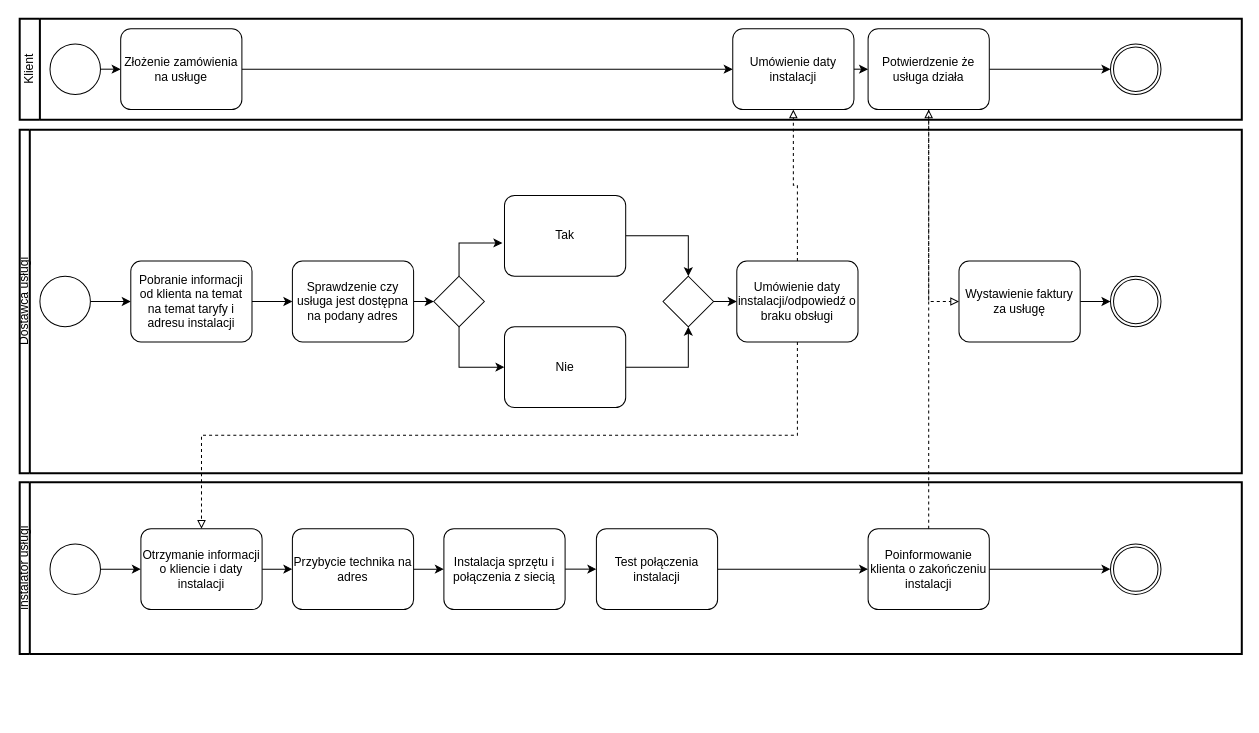
Earlier version of the draw.io diagram Poglądowy proces zamówienia usługi- instalacji internetu. Oraz sama jego instalacja/Instalacja usługi internetu.drawio (kagap/bpmn). Source tidied: cells renumbered, new cells numbered last; positions are measured from the earlier drawing's top-left corner, leaving out a move shared by most shapes. Both pictures are drawn from the tidied source at 101%, with x=0, y=0 at pixel (19, 18).
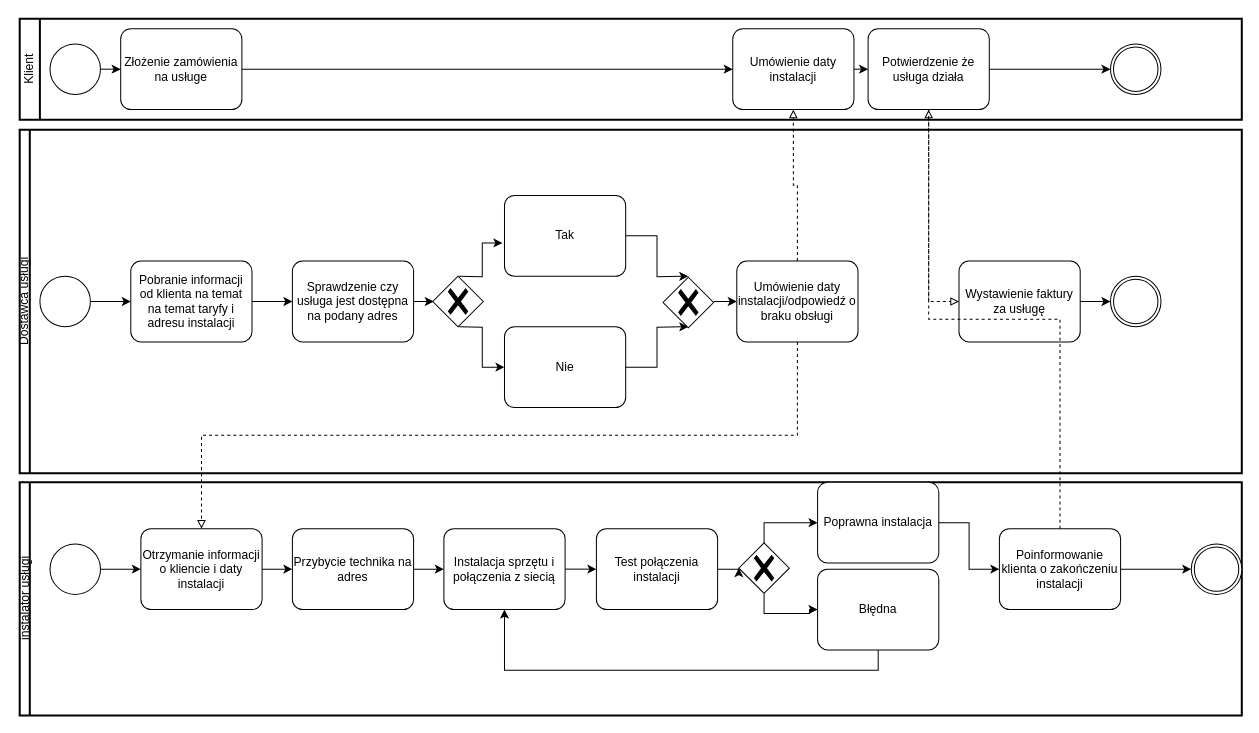
The same page after the edit.

The change refers to these unchanged cells:
```xml
<mxCell id="12" value="Dostawca usługi" style="swimlane;html=1;startSize=10;fontStyle=0;horizontal=0;swimlaneLine=1;swimlaneFillColor=#ffffff;strokeWidth=2;whiteSpace=wrap;" parent="1" vertex="1">
  <mxGeometry y="110" width="1210" height="340" as="geometry" />
</mxCell>
<mxCell id="18" value="Sprawdzenie czy usługa jest dostępna na podany adres" style="points=[[0.25,0,0],[0.5,0,0],[0.75,0,0],[1,0.25,0],[1,0.5,0],[1,0.75,0],[0.75,1,0],[0.5,1,0],[0.25,1,0],[0,0.75,0],[0,0.5,0],[0,0.25,0]];shape=mxgraph.bpmn.task;whiteSpace=wrap;rectStyle=rounded;size=10;html=1;taskMarker=abstract;" parent="12" vertex="1">
  <mxGeometry x="270" y="130" width="120" height="80" as="geometry" />
</mxCell>
<mxCell id="20" value="Tak" style="points=[[0.25,0,0],[0.5,0,0],[0.75,0,0],[1,0.25,0],[1,0.5,0],[1,0.75,0],[0.75,1,0],[0.5,1,0],[0.25,1,0],[0,0.75,0],[0,0.5,0],[0,0.25,0]];shape=mxgraph.bpmn.task;whiteSpace=wrap;rectStyle=rounded;size=10;html=1;taskMarker=abstract;" parent="12" vertex="1">
  <mxGeometry x="480" y="65" width="120" height="80" as="geometry" />
</mxCell>
<mxCell id="21" value="Umówienie daty instalacji/odpowiedź o braku obsługi" style="points=[[0.25,0,0],[0.5,0,0],[0.75,0,0],[1,0.25,0],[1,0.5,0],[1,0.75,0],[0.75,1,0],[0.5,1,0],[0.25,1,0],[0,0.75,0],[0,0.5,0],[0,0.25,0]];shape=mxgraph.bpmn.task;whiteSpace=wrap;rectStyle=rounded;size=10;html=1;taskMarker=abstract;" parent="12" vertex="1">
  <mxGeometry x="710" y="130" width="120" height="80" as="geometry" />
</mxCell>
<mxCell id="25" value="Nie" style="points=[[0.25,0,0],[0.5,0,0],[0.75,0,0],[1,0.25,0],[1,0.5,0],[1,0.75,0],[0.75,1,0],[0.5,1,0],[0.25,1,0],[0,0.75,0],[0,0.5,0],[0,0.25,0]];shape=mxgraph.bpmn.task;whiteSpace=wrap;rectStyle=rounded;size=10;html=1;taskMarker=abstract;" parent="12" vertex="1">
  <mxGeometry x="480" y="195" width="120" height="80" as="geometry" />
</mxCell>
<mxCell id="40" value="Instalacja sprzętu i połączenia z siecią" style="points=[[0.25,0,0],[0.5,0,0],[0.75,0,0],[1,0.25,0],[1,0.5,0],[1,0.75,0],[0.75,1,0],[0.5,1,0],[0.25,1,0],[0,0.75,0],[0,0.5,0],[0,0.25,0]];shape=mxgraph.bpmn.task;whiteSpace=wrap;rectStyle=rounded;size=10;html=1;taskMarker=abstract;" parent="32" vertex="1">
  <mxGeometry x="420" y="46" width="120" height="80" as="geometry" />
</mxCell>
<mxCell id="42" value="Test połączenia instalacji" style="points=[[0.25,0,0],[0.5,0,0],[0.75,0,0],[1,0.25,0],[1,0.5,0],[1,0.75,0],[0.75,1,0],[0.5,1,0],[0.25,1,0],[0,0.75,0],[0,0.5,0],[0,0.25,0]];shape=mxgraph.bpmn.task;whiteSpace=wrap;rectStyle=rounded;size=10;html=1;taskMarker=abstract;" parent="32" vertex="1">
  <mxGeometry x="571" y="46" width="120" height="80" as="geometry" />
</mxCell>
```

What changed in the source:
```diff
@@
-    <mxCell id="17" style="edgeStyle=orthogonalEdgeStyle;rounded=0;jettySize=auto;html=1;exitX=1;exitY=0.5;exitDx=0;exitDy=0;exitPerimeter=0;entryX=0;entryY=0.5;entryDx=0;entryDy=0;entryPerimeter=0;" parent="12" edge="1" source="18" target="28">
-      <mxGeometry relative="1" as="geometry" />
+    <mxCell id="17" style="edgeStyle=orthogonalEdgeStyle;rounded=0;jettySize=auto;html=1;exitX=1;exitY=0.5;exitDx=0;exitDy=0;exitPerimeter=0;entryX=0;entryY=0.5;entryDx=0;entryDy=0;entryPerimeter=0;" parent="12" edge="1" source="18">
+      <mxGeometry relative="1" as="geometry">
+        <mxPoint x="410" y="170" as="targetPoint" />
+      </mxGeometry>
     </mxCell>
@@
-    <mxCell id="19" style="edgeStyle=orthogonalEdgeStyle;rounded=0;jettySize=auto;html=1;exitX=1;exitY=0.5;exitDx=0;exitDy=0;exitPerimeter=0;entryX=0.5;entryY=0;entryDx=0;entryDy=0;entryPerimeter=0;" parent="12" edge="1" source="20" target="30">
-      <mxGeometry relative="1" as="geometry" />
+    <mxCell id="19" style="edgeStyle=orthogonalEdgeStyle;rounded=0;jettySize=auto;html=1;exitX=1;exitY=0.5;exitDx=0;exitDy=0;exitPerimeter=0;entryX=0.5;entryY=0;entryDx=0;entryDy=0;entryPerimeter=0;" parent="12" edge="1" source="20">
+      <mxGeometry relative="1" as="geometry">
+        <mxPoint x="662" y="145" as="targetPoint" />
+      </mxGeometry>
     </mxCell>
@@
-    <mxCell id="24" style="edgeStyle=orthogonalEdgeStyle;rounded=0;jettySize=auto;html=1;exitX=1;exitY=0.5;exitDx=0;exitDy=0;exitPerimeter=0;entryX=0.5;entryY=1;entryDx=0;entryDy=0;entryPerimeter=0;" parent="12" edge="1" source="25" target="30">
-      <mxGeometry relative="1" as="geometry" />
+    <mxCell id="24" style="edgeStyle=orthogonalEdgeStyle;rounded=0;jettySize=auto;html=1;exitX=1;exitY=0.5;exitDx=0;exitDy=0;exitPerimeter=0;entryX=0.5;entryY=1;entryDx=0;entryDy=0;entryPerimeter=0;" parent="12" edge="1" source="25">
+      <mxGeometry relative="1" as="geometry">
+        <mxPoint x="662" y="195" as="targetPoint" />
+      </mxGeometry>
     </mxCell>
@@
-    <mxCell id="26" style="edgeStyle=orthogonalEdgeStyle;rounded=0;jettySize=auto;html=1;exitX=0.5;exitY=0;exitDx=0;exitDy=0;exitPerimeter=0;entryX=-0.017;entryY=0.588;entryDx=0;entryDy=0;entryPerimeter=0;" parent="12" edge="1" source="28" target="20">
-      <mxGeometry relative="1" as="geometry" />
+    <mxCell id="26" style="edgeStyle=orthogonalEdgeStyle;rounded=0;jettySize=auto;html=1;exitX=0.5;exitY=0;exitDx=0;exitDy=0;exitPerimeter=0;entryX=-0.017;entryY=0.588;entryDx=0;entryDy=0;entryPerimeter=0;" parent="12" edge="1" target="20">
+      <mxGeometry relative="1" as="geometry">
+        <mxPoint x="435" y="145" as="sourcePoint" />
+      </mxGeometry>
     </mxCell>
-    <mxCell id="27" style="edgeStyle=orthogonalEdgeStyle;rounded=0;jettySize=auto;html=1;exitX=0.5;exitY=1;exitDx=0;exitDy=0;exitPerimeter=0;entryX=0;entryY=0.5;entryDx=0;entryDy=0;entryPerimeter=0;" parent="12" edge="1" source="28" target="25">
-      <mxGeometry relative="1" as="geometry" />
+    <mxCell id="27" style="edgeStyle=orthogonalEdgeStyle;rounded=0;jettySize=auto;html=1;exitX=0.5;exitY=1;exitDx=0;exitDy=0;exitPerimeter=0;entryX=0;entryY=0.5;entryDx=0;entryDy=0;entryPerimeter=0;" parent="12" edge="1" target="25">
+      <mxGeometry relative="1" as="geometry">
+        <mxPoint x="435" y="195" as="sourcePoint" />
+      </mxGeometry>
     </mxCell>
-    <mxCell id="28" style="points=[[0.25,0.25,0],[0.5,0,0],[0.75,0.25,0],[1,0.5,0],[0.75,0.75,0],[0.5,1,0],[0.25,0.75,0],[0,0.5,0]];shape=mxgraph.bpmn.gateway2;html=1;verticalLabelPosition=bottom;labelBackgroundColor=#ffffff;verticalAlign=top;align=center;perimeter=rhombusPerimeter;outlineConnect=0;outline=none;symbol=none;" parent="12" vertex="1">
-      <mxGeometry x="410" y="145" width="50" height="50" as="geometry" />
-    </mxCell>
-    <mxCell id="29" style="edgeStyle=orthogonalEdgeStyle;rounded=0;jettySize=auto;html=1;exitX=1;exitY=0.5;exitDx=0;exitDy=0;exitPerimeter=0;entryX=0;entryY=0.5;entryDx=0;entryDy=0;entryPerimeter=0;" parent="12" edge="1" source="30" target="21">
-      <mxGeometry relative="1" as="geometry" />
+    <mxCell id="29" style="edgeStyle=orthogonalEdgeStyle;rounded=0;jettySize=auto;html=1;exitX=1;exitY=0.5;exitDx=0;exitDy=0;exitPerimeter=0;entryX=0;entryY=0.5;entryDx=0;entryDy=0;entryPerimeter=0;" parent="12" edge="1" target="21">
+      <mxGeometry relative="1" as="geometry">
+        <mxPoint x="687" y="170" as="sourcePoint" />
+      </mxGeometry>
     </mxCell>
-    <mxCell id="30" style="points=[[0.25,0.25,0],[0.5,0,0],[0.75,0.25,0],[1,0.5,0],[0.75,0.75,0],[0.5,1,0],[0.25,0.75,0],[0,0.5,0]];shape=mxgraph.bpmn.gateway2;html=1;verticalLabelPosition=bottom;labelBackgroundColor=#ffffff;verticalAlign=top;align=center;perimeter=rhombusPerimeter;outlineConnect=0;outline=none;symbol=none;" parent="12" vertex="1">
-      <mxGeometry x="637" y="145" width="50" height="50" as="geometry" />
-    </mxCell>
@@
+    <mxCell id="50" style="shape=mxgraph.bpmn.gateway2;html=1;verticalLabelPosition=bottom;labelBackgroundColor=#ffffff;verticalAlign=top;align=center;perimeter=rhombusPerimeter;outline=none;symbol=none;gwType=exclusive;" parent="12" vertex="1">
+      <mxGeometry x="409" y="145" width="50" height="50" as="geometry" />
+    </mxCell>
+    <mxCell id="51" style="shape=mxgraph.bpmn.gateway2;html=1;verticalLabelPosition=bottom;labelBackgroundColor=#ffffff;verticalAlign=top;align=center;perimeter=rhombusPerimeter;outline=none;symbol=none;gwType=exclusive;" parent="12" vertex="1">
+      <mxGeometry x="637" y="146" width="50" height="50" as="geometry" />
+    </mxCell>
     <mxCell id="32" value="instalator usługi" style="swimlane;html=1;startSize=10;fontStyle=0;horizontal=0;swimlaneLine=1;swimlaneFillColor=#ffffff;strokeWidth=2;whiteSpace=wrap;" parent="1" vertex="1">
-      <mxGeometry y="459" width="1210" height="170" as="geometry" />
+      <mxGeometry y="459" width="1210" height="231" as="geometry" />
     </mxCell>
@@
-    <mxCell id="41" style="edgeStyle=orthogonalEdgeStyle;rounded=0;jettySize=auto;html=1;exitX=1;exitY=0.5;exitDx=0;exitDy=0;exitPerimeter=0;entryX=0;entryY=0.5;entryDx=0;entryDy=0;entryPerimeter=0;" parent="32" edge="1" source="42" target="44">
-      <mxGeometry relative="1" as="geometry" />
-    </mxCell>
+    <mxCell id="52" style="edgeStyle=orthogonalEdgeStyle;rounded=0;jettySize=auto;html=1;exitX=1;exitY=0.5;exitDx=0;exitDy=0;exitPerimeter=0;entryX=0;entryY=0.5;entryDx=0;entryDy=0;entryPerimeter=0;" parent="32" edge="1" source="42" target="55">
+      <mxGeometry relative="1" as="geometry" />
+    </mxCell>
@@
     <mxCell id="44" value="Poinformowanie klienta o zakończeniu instalacji" style="points=[[0.25,0,0],[0.5,0,0],[0.75,0,0],[1,0.25,0],[1,0.5,0],[1,0.75,0],[0.75,1,0],[0.5,1,0],[0.25,1,0],[0,0.75,0],[0,0.5,0],[0,0.25,0]];shape=mxgraph.bpmn.task;whiteSpace=wrap;rectStyle=rounded;size=10;html=1;taskMarker=abstract;" parent="32" vertex="1">
-      <mxGeometry x="840" y="46" width="120" height="80" as="geometry" />
+      <mxGeometry x="970" y="46" width="120" height="80" as="geometry" />
     </mxCell>
     <mxCell id="45" style="points=[[0.145,0.145,0],[0.5,0,0],[0.855,0.145,0],[1,0.5,0],[0.855,0.855,0],[0.5,1,0],[0.145,0.855,0],[0,0.5,0]];shape=mxgraph.bpmn.event;html=1;verticalLabelPosition=bottom;labelBackgroundColor=#ffffff;verticalAlign=top;align=center;perimeter=ellipsePerimeter;outlineConnect=0;outline=throwing;symbol=general;" parent="32" vertex="1">
-      <mxGeometry x="1080" y="61" width="50" height="50" as="geometry" />
+      <mxGeometry x="1160" y="61" width="50" height="50" as="geometry" />
     </mxCell>
+    <mxCell id="53" style="edgeStyle=orthogonalEdgeStyle;rounded=0;jettySize=auto;html=1;exitX=0.5;exitY=0;exitDx=0;exitDy=0;exitPerimeter=0;entryX=0;entryY=0.5;entryDx=0;entryDy=0;entryPerimeter=0;" parent="32" edge="1" source="55" target="57">
+      <mxGeometry relative="1" as="geometry" />
+    </mxCell>
+    <mxCell id="54" style="edgeStyle=orthogonalEdgeStyle;rounded=0;jettySize=auto;html=1;exitX=0.5;exitY=1;exitDx=0;exitDy=0;exitPerimeter=0;entryX=0;entryY=0.5;entryDx=0;entryDy=0;entryPerimeter=0;" parent="32" edge="1" source="55" target="59">
+      <mxGeometry relative="1" as="geometry" />
+    </mxCell>
+    <mxCell id="55" style="points=[[0.25,0.25,0],[0.5,0,0],[0.75,0.25,0],[1,0.5,0],[0.75,0.75,0],[0.5,1,0],[0.25,0.75,0],[0,0.5,0]];shape=mxgraph.bpmn.gateway2;html=1;verticalLabelPosition=bottom;labelBackgroundColor=#ffffff;verticalAlign=top;align=center;perimeter=rhombusPerimeter;outlineConnect=0;outline=none;symbol=none;gwType=exclusive;" parent="32" vertex="1">
+      <mxGeometry x="712" y="60" width="50" height="50" as="geometry" />
+    </mxCell>
+    <mxCell id="56" style="edgeStyle=orthogonalEdgeStyle;rounded=0;jettySize=auto;html=1;exitX=1;exitY=0.5;exitDx=0;exitDy=0;exitPerimeter=0;entryX=0;entryY=0.5;entryDx=0;entryDy=0;entryPerimeter=0;" parent="32" edge="1" source="57" target="44">
+      <mxGeometry relative="1" as="geometry" />
+    </mxCell>
+    <mxCell id="57" value="Poprawna instalacja" style="points=[[0.25,0,0],[0.5,0,0],[0.75,0,0],[1,0.25,0],[1,0.5,0],[1,0.75,0],[0.75,1,0],[0.5,1,0],[0.25,1,0],[0,0.75,0],[0,0.5,0],[0,0.25,0]];shape=mxgraph.bpmn.task;whiteSpace=wrap;rectStyle=rounded;size=10;html=1;taskMarker=abstract;" parent="32" vertex="1">
+      <mxGeometry x="790" width="120" height="80" as="geometry" />
+    </mxCell>
+    <mxCell id="58" style="edgeStyle=orthogonalEdgeStyle;rounded=0;jettySize=auto;html=1;exitX=0.5;exitY=1;exitDx=0;exitDy=0;exitPerimeter=0;entryX=0.5;entryY=1;entryDx=0;entryDy=0;entryPerimeter=0;" parent="32" edge="1" source="59" target="40">
+      <mxGeometry relative="1" as="geometry" />
+    </mxCell>
+    <mxCell id="59" value="Błędna" style="points=[[0.25,0,0],[0.5,0,0],[0.75,0,0],[1,0.25,0],[1,0.5,0],[1,0.75,0],[0.75,1,0],[0.5,1,0],[0.25,1,0],[0,0.75,0],[0,0.5,0],[0,0.25,0]];shape=mxgraph.bpmn.task;whiteSpace=wrap;rectStyle=rounded;size=10;html=1;taskMarker=abstract;" parent="32" vertex="1">
+      <mxGeometry x="790" y="86" width="120" height="80" as="geometry" />
+    </mxCell>
```
